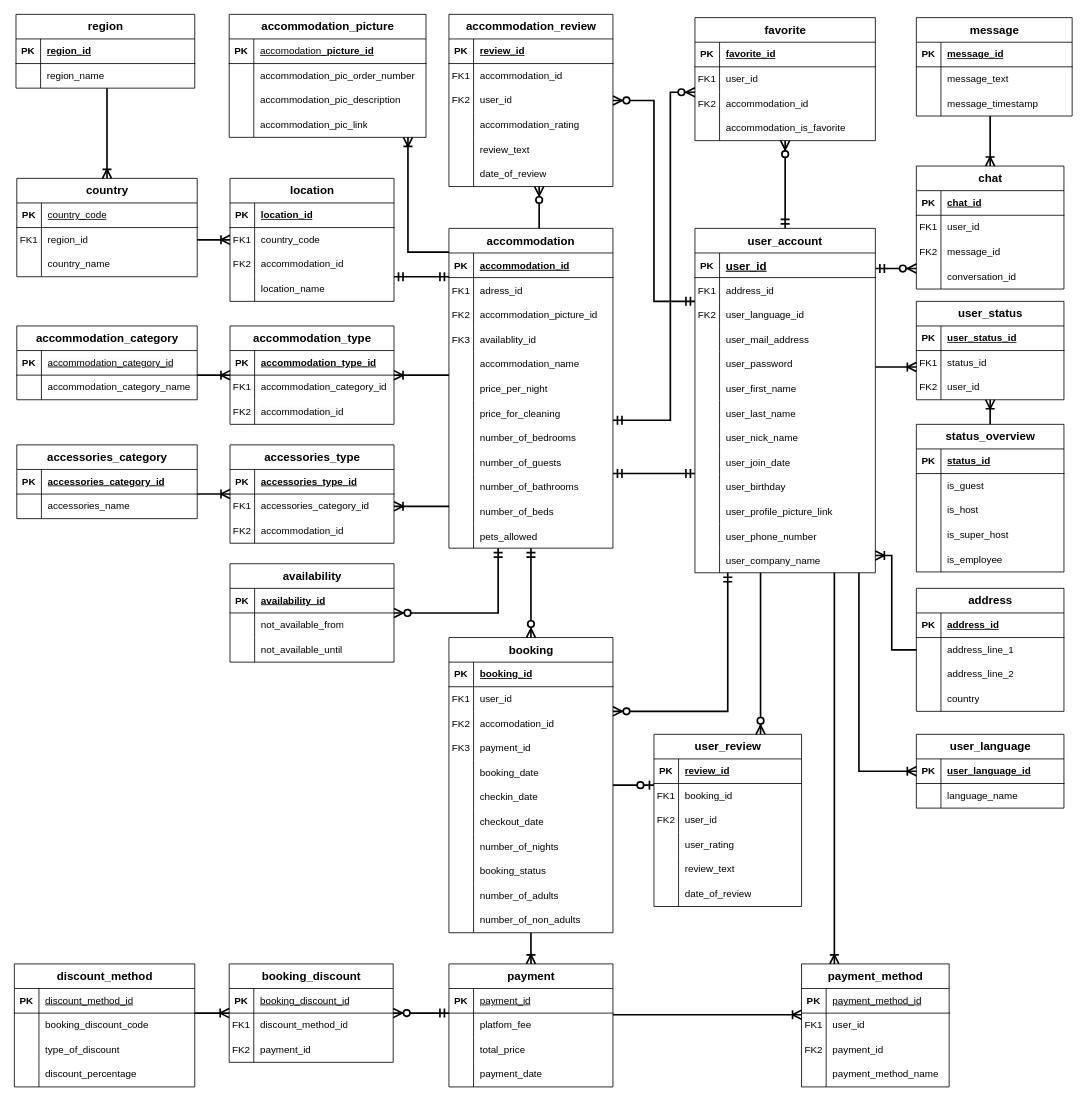
This is Steffbnb.drawio from DaSteff91/SQL_Repo, a draw.io file, before an edit. Source tidied: cells renumbered, new cells numbered last; positions are measured from the earlier drawing's top-left corner, leaving out a move shared by most shapes. Both pictures are drawn from the tidied source at 82%, with x=0, y=0 at pixel (14, 14).
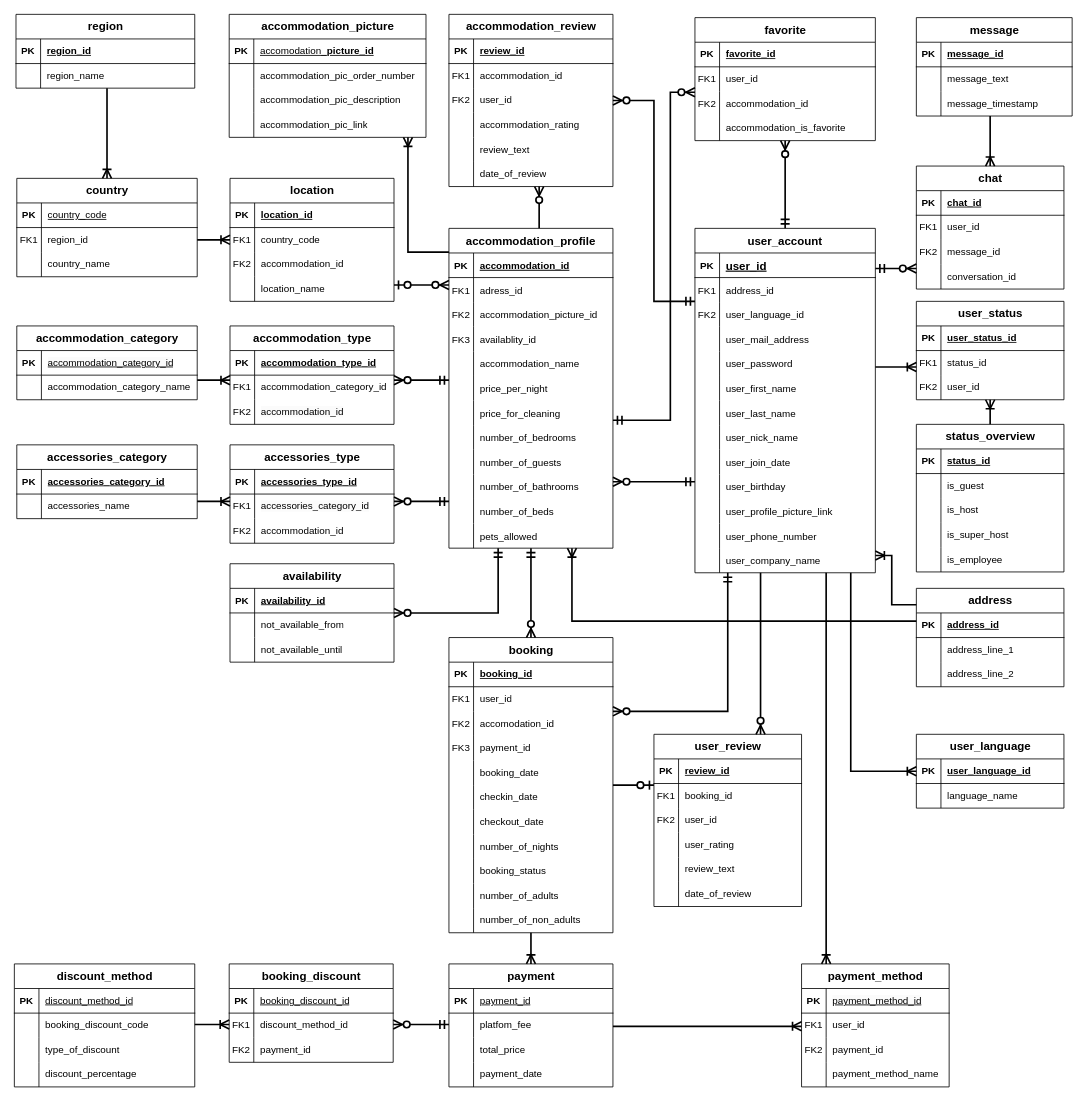
After the change.

Unchanged cells that the change refers to:
```xml
<mxCell id="2" value="user_account" style="shape=table;startSize=30;childLayout=tableLayout;rowLines=0;fontStyle=1;align=center;fontSize=14;resizeLastRow=0;swimlaneHead=1;swimlaneBody=1;horizontal=1;portConstraintRotation=0;noLabel=0;" parent="1" vertex="1">
  <mxGeometry x="830" y="261" width="220" height="420" as="geometry" />
</mxCell>
<mxCell id="126" value="booking_discount" style="shape=table;startSize=30;childLayout=tableLayout;rowLines=0;fontStyle=1;align=center;html=1;fontSize=14;" parent="1" vertex="1">
  <mxGeometry x="262" y="1158" width="200" height="120" as="geometry" />
</mxCell>
<mxCell id="149" value="location" style="shape=table;startSize=30;childLayout=tableLayout;rowLines=0;fontStyle=1;align=center;html=1;fontSize=14;" parent="1" vertex="1">
  <mxGeometry x="263" y="200" width="200" height="150" as="geometry" />
</mxCell>
<mxCell id="172" value="accommodation_category" style="shape=table;startSize=30;childLayout=tableLayout;rowLines=0;fontStyle=1;align=center;html=1;fontSize=14;" parent="1" vertex="1">
  <mxGeometry x="3" y="380" width="220" height="90" as="geometry" />
</mxCell>
<mxCell id="287" value="payment" style="shape=table;startSize=30;childLayout=tableLayout;rowLines=0;fontStyle=1;align=center;html=1;fontSize=14;" parent="1" vertex="1">
  <mxGeometry x="530" y="1158" width="200" height="150" as="geometry" />
</mxCell>
<mxCell id="300" value="discount_method" style="shape=table;startSize=30;childLayout=tableLayout;rowLines=0;fontStyle=1;align=center;html=1;fontSize=14;" parent="1" vertex="1">
  <mxGeometry y="1158" width="220" height="150" as="geometry" />
</mxCell>
<mxCell id="316" value="accessories_category" style="shape=table;startSize=30;childLayout=tableLayout;rowLines=0;fontStyle=1;align=center;html=1;fontSize=14;" parent="1" vertex="1">
  <mxGeometry x="3" y="525" width="220" height="90" as="geometry" />
</mxCell>
<mxCell id="326" value="accessories_type" style="shape=table;startSize=30;childLayout=tableLayout;rowLines=0;fontStyle=1;align=center;html=1;fontSize=14;" parent="1" vertex="1">
  <mxGeometry x="263" y="525" width="200" height="120" as="geometry" />
</mxCell>
<mxCell id="336" value="accommodation_type" style="shape=table;startSize=30;childLayout=tableLayout;rowLines=0;fontStyle=1;align=center;html=1;fontSize=14;" parent="1" vertex="1">
  <mxGeometry x="263" y="380" width="200" height="120" as="geometry" />
</mxCell>
<mxCell id="347" value="payment_method" style="shape=table;startSize=30;childLayout=tableLayout;rowLines=0;fontStyle=1;align=center;html=1;fontSize=14;" parent="1" vertex="1">
  <mxGeometry x="960" y="1158" width="180" height="150" as="geometry" />
</mxCell>
<mxCell id="368" value="user_language" style="shape=table;startSize=30;childLayout=tableLayout;rowLines=0;fontStyle=1;align=center;html=1;fontSize=14;" parent="1" vertex="1">
  <mxGeometry x="1100" y="878" width="180" height="90" as="geometry" />
</mxCell>
```

Diff of the diagram source:
```diff
@@
-    <mxCell id="42" value="accommodation" style="shape=table;startSize=30;childLayout=tableLayout;rowLines=0;fontStyle=1;align=center;fontSize=14;" parent="1" vertex="1">
+    <mxCell id="42" value="accommodation_profile" style="shape=table;startSize=30;childLayout=tableLayout;rowLines=0;fontStyle=1;align=center;fontSize=14;" parent="1" vertex="1">
       <mxGeometry x="530" y="261" width="200" height="390" as="geometry" />
     </mxCell>
@@
     <mxCell id="238" value="address" style="shape=table;startSize=30;childLayout=tableLayout;rowLines=0;fontStyle=1;align=center;html=1;fontSize=14;" parent="1" vertex="1">
-      <mxGeometry x="1100" y="700" width="180" height="150" as="geometry" />
+      <mxGeometry x="1100" y="700" width="180" height="120" as="geometry" />
     </mxCell>
@@
-    <mxCell id="248" style="shape=tableRow;horizontal=0;startSize=0;swimlaneHead=0;swimlaneBody=0;fillColor=none;top=0;left=0;right=0;bottom=0;" parent="238" vertex="1">
-      <mxGeometry y="120" width="180" height="30" as="geometry" />
-    </mxCell>
-    <mxCell id="249" style="shape=partialRectangle;fillColor=none;top=0;left=0;bottom=0;right=0;overflow=hidden;whiteSpace=wrap;html=1;" parent="248" vertex="1">
-      <mxGeometry width="30" height="30" as="geometry" />
-    </mxCell>
-    <mxCell id="250" value="country" style="shape=partialRectangle;fillColor=none;top=0;left=0;bottom=0;right=0;align=left;spacingLeft=6;overflow=hidden;whiteSpace=wrap;html=1;" parent="248" vertex="1">
-      <mxGeometry x="30" width="150" height="30" as="geometry" />
-    </mxCell>
@@
-    <mxCell id="253" style="fontSize=12;html=1;endArrow=ERoneToMany;rounded=0;startSize=8;endSize=8;strokeWidth=2;edgeStyle=orthogonalEdgeStyle;" parent="1" edge="1" source="172" target="336">
+    <mxCell id="253" style="fontSize=12;html=1;endArrow=ERoneToMany;rounded=0;startSize=8;endSize=8;strokeWidth=2;edgeStyle=orthogonalEdgeStyle;" parent="1" edge="1">
       <mxGeometry relative="1" as="geometry">
+        <mxPoint x="223" y="446.1" as="sourcePoint" />
+        <mxPoint x="263" y="446.1" as="targetPoint" />
         <Array as="points">
-          <mxPoint x="230" y="440" />
-          <mxPoint x="230" y="440" />
+          <mxPoint x="230" y="446" />
+          <mxPoint x="230" y="446" />
         </Array>
       </mxGeometry>
     </mxCell>
-    <mxCell id="254" style="fontSize=12;html=1;endArrow=ERoneToMany;rounded=0;startSize=8;endSize=8;strokeWidth=2;edgeStyle=orthogonalEdgeStyle;" parent="1" edge="1" source="42" target="336">
-      <mxGeometry relative="1" as="geometry">
-        <Array as="points">
-          <mxPoint x="510" y="440" />
-          <mxPoint x="510" y="440" />
-        </Array>
-      </mxGeometry>
-    </mxCell>
@@
-    <mxCell id="256" style="edgeStyle=orthogonalEdgeStyle;fontSize=12;html=1;endArrow=ERmandOne;startArrow=ERmandOne;rounded=0;strokeColor=default;strokeWidth=2;align=center;verticalAlign=middle;fontFamily=Helvetica;fontColor=default;labelBackgroundColor=default;startSize=8;endSize=8;" parent="1" edge="1" source="149" target="42">
-      <mxGeometry relative="1" as="geometry">
-        <Array as="points">
-          <mxPoint x="490" y="320" />
-          <mxPoint x="490" y="320" />
-        </Array>
-      </mxGeometry>
-    </mxCell>
@@
-    <mxCell id="314" style="edgeStyle=orthogonalEdgeStyle;fontSize=12;html=1;endArrow=ERoneToMany;rounded=0;startSize=8;endSize=8;strokeWidth=2;" parent="1" edge="1" source="287" target="347">
+    <mxCell id="314" style="edgeStyle=orthogonalEdgeStyle;fontSize=12;html=1;endArrow=ERoneToMany;rounded=0;startSize=8;endSize=8;strokeWidth=2;" parent="1" edge="1">
       <mxGeometry relative="1" as="geometry">
+        <mxPoint x="730" y="1234.1" as="sourcePoint" />
+        <mxPoint x="960" y="1234.1" as="targetPoint" />
         <Array as="points">
-          <mxPoint x="840" y="1220" />
-          <mxPoint x="840" y="1220" />
+          <mxPoint x="840" y="1234" />
+          <mxPoint x="840" y="1234" />
         </Array>
       </mxGeometry>
     </mxCell>
-    <mxCell id="315" style="edgeStyle=orthogonalEdgeStyle;fontSize=12;html=1;endArrow=ERoneToMany;rounded=0;startSize=8;endSize=8;strokeWidth=2;" parent="1" edge="1" source="300" target="126">
+    <mxCell id="315" style="edgeStyle=orthogonalEdgeStyle;fontSize=12;html=1;endArrow=ERoneToMany;rounded=0;startSize=8;endSize=8;strokeWidth=2;" parent="1" edge="1">
       <mxGeometry relative="1" as="geometry">
+        <mxPoint x="220" y="1231.9" as="sourcePoint" />
+        <mxPoint x="262" y="1231.9" as="targetPoint" />
         <Array as="points">
-          <mxPoint x="240" y="1218" />
-          <mxPoint x="240" y="1218" />
+          <mxPoint x="240" y="1232" />
+          <mxPoint x="240" y="1232" />
         </Array>
       </mxGeometry>
     </mxCell>
@@
-    <mxCell id="323" style="fontSize=12;html=1;endArrow=ERoneToMany;rounded=0;startSize=8;endSize=8;strokeWidth=2;edgeStyle=orthogonalEdgeStyle;" parent="1" edge="1" source="316" target="326">
+    <mxCell id="323" style="fontSize=12;html=1;endArrow=ERoneToMany;rounded=0;startSize=8;endSize=8;strokeWidth=2;edgeStyle=orthogonalEdgeStyle;" parent="1" edge="1">
       <mxGeometry relative="1" as="geometry">
+        <mxPoint x="223" y="594" as="sourcePoint" />
+        <mxPoint x="263" y="594" as="targetPoint" />
         <Array as="points">
-          <mxPoint x="230" y="585" />
-          <mxPoint x="230" y="585" />
+          <mxPoint x="230" y="594" />
+          <mxPoint x="230" y="594" />
         </Array>
       </mxGeometry>
     </mxCell>
-    <mxCell id="324" style="fontSize=12;html=1;endArrow=ERoneToMany;rounded=0;startSize=8;endSize=8;strokeWidth=2;edgeStyle=orthogonalEdgeStyle;" parent="1" edge="1" source="42" target="326">
-      <mxGeometry relative="1" as="geometry">
-        <Array as="points">
-          <mxPoint x="480" y="600" />
-          <mxPoint x="480" y="600" />
-        </Array>
-      </mxGeometry>
-    </mxCell>
@@
     <mxCell id="360" style="edgeStyle=orthogonalEdgeStyle;fontSize=12;html=1;endArrow=ERoneToMany;rounded=0;startSize=8;endSize=8;strokeWidth=2;" parent="1" edge="1" source="2" target="347">
       <mxGeometry relative="1" as="geometry">
         <Array as="points">
-          <mxPoint x="1000" y="1000" />
-          <mxPoint x="1000" y="1000" />
+          <mxPoint x="990" y="800" />
+          <mxPoint x="990" y="800" />
         </Array>
       </mxGeometry>
     </mxCell>
@@
     <mxCell id="363" style="edgeStyle=orthogonalEdgeStyle;fontSize=12;html=1;endArrow=ERoneToMany;rounded=0;startSize=8;endSize=8;strokeWidth=2;" parent="1" edge="1" source="238" target="2">
       <mxGeometry relative="1" as="geometry">
         <Array as="points">
-          <mxPoint x="1070" y="775" />
+          <mxPoint x="1070" y="720" />
           <mxPoint x="1070" y="660" />
         </Array>
       </mxGeometry>
     </mxCell>
@@
-    <mxCell id="366" style="edgeStyle=orthogonalEdgeStyle;fontSize=12;html=1;endArrow=ERzeroToMany;startArrow=ERmandOne;rounded=0;strokeColor=default;strokeWidth=2;align=center;verticalAlign=middle;fontFamily=Helvetica;fontColor=default;labelBackgroundColor=default;startSize=8;endSize=8;" parent="1" edge="1" source="287" target="126">
+    <mxCell id="366" style="edgeStyle=orthogonalEdgeStyle;fontSize=12;html=1;endArrow=ERzeroToMany;startArrow=ERmandOne;rounded=0;strokeColor=default;strokeWidth=2;align=center;verticalAlign=middle;fontFamily=Helvetica;fontColor=default;labelBackgroundColor=default;startSize=8;endSize=8;" parent="1" edge="1">
       <mxGeometry relative="1" as="geometry">
+        <mxPoint x="530" y="1231.9" as="sourcePoint" />
+        <mxPoint x="462" y="1231.9" as="targetPoint" />
         <Array as="points">
-          <mxPoint x="520" y="1218" />
-          <mxPoint x="520" y="1218" />
+          <mxPoint x="520" y="1232" />
+          <mxPoint x="520" y="1232" />
         </Array>
       </mxGeometry>
     </mxCell>
-    <mxCell id="367" style="edgeStyle=orthogonalEdgeStyle;fontSize=12;html=1;endArrow=ERmandOne;startArrow=ERmandOne;rounded=0;startSize=8;endSize=8;strokeWidth=2;" parent="1" edge="1" source="42" target="2">
-      <mxGeometry relative="1" as="geometry">
-        <Array as="points">
-          <mxPoint x="800" y="560" />
-          <mxPoint x="800" y="560" />
-        </Array>
-      </mxGeometry>
-    </mxCell>
@@
     <mxCell id="375" style="edgeStyle=orthogonalEdgeStyle;fontSize=12;html=1;endArrow=ERoneToMany;rounded=0;startSize=8;endSize=8;strokeWidth=2;" parent="1" edge="1" source="2" target="368">
       <mxGeometry relative="1" as="geometry">
         <Array as="points">
-          <mxPoint x="1030" y="740" />
-          <mxPoint x="1030" y="740" />
+          <mxPoint x="1020" y="923" />
         </Array>
       </mxGeometry>
     </mxCell>
@@
+    <mxCell id="399" style="fontSize=12;html=1;endArrow=ERoneToMany;rounded=0;startSize=8;endSize=8;strokeWidth=2;edgeStyle=orthogonalEdgeStyle;" parent="1" edge="1" source="238" target="42">
+      <mxGeometry relative="1" as="geometry">
+        <Array as="points">
+          <mxPoint x="680" y="740" />
+        </Array>
+      </mxGeometry>
+    </mxCell>
+    <mxCell id="256" style="edgeStyle=orthogonalEdgeStyle;fontSize=12;html=1;endArrow=ERzeroToMany;startArrow=ERzeroToOne;rounded=0;startSize=8;endSize=8;strokeWidth=2;" parent="1" edge="1" source="149" target="42">
+      <mxGeometry relative="1" as="geometry">
+        <Array as="points">
+          <mxPoint x="520" y="330" />
+          <mxPoint x="520" y="330" />
+        </Array>
+      </mxGeometry>
+    </mxCell>
+    <mxCell id="400" style="edgeStyle=orthogonalEdgeStyle;fontSize=12;html=1;endArrow=ERzeroToMany;startArrow=ERmandOne;rounded=0;strokeColor=default;strokeWidth=2;align=center;verticalAlign=middle;fontFamily=Helvetica;fontColor=default;labelBackgroundColor=default;startSize=8;endSize=8;" parent="1" edge="1">
+      <mxGeometry relative="1" as="geometry">
+        <mxPoint x="530" y="446.1" as="sourcePoint" />
+        <mxPoint x="463" y="446.1" as="targetPoint" />
+        <Array as="points">
+          <mxPoint x="520" y="446" />
+          <mxPoint x="520" y="446" />
+        </Array>
+      </mxGeometry>
+    </mxCell>
+    <mxCell id="401" style="edgeStyle=orthogonalEdgeStyle;fontSize=12;html=1;endArrow=ERzeroToMany;startArrow=ERmandOne;rounded=0;strokeColor=default;strokeWidth=2;align=center;verticalAlign=middle;fontFamily=Helvetica;fontColor=default;labelBackgroundColor=default;startSize=8;endSize=8;" parent="1" edge="1">
+      <mxGeometry relative="1" as="geometry">
+        <mxPoint x="530" y="594" as="sourcePoint" />
+        <mxPoint x="463" y="594" as="targetPoint" />
+        <Array as="points">
+          <mxPoint x="520" y="594" />
+          <mxPoint x="520" y="594" />
+        </Array>
+      </mxGeometry>
+    </mxCell>
+    <mxCell id="402" style="edgeStyle=orthogonalEdgeStyle;fontSize=12;html=1;endArrow=ERzeroToMany;startArrow=ERmandOne;rounded=0;strokeColor=default;strokeWidth=2;align=center;verticalAlign=middle;fontFamily=Helvetica;fontColor=default;labelBackgroundColor=default;startSize=8;endSize=8;" parent="1" edge="1" source="2" target="42">
+      <mxGeometry relative="1" as="geometry">
+        <Array as="points">
+          <mxPoint x="750" y="570" />
+          <mxPoint x="750" y="570" />
+        </Array>
+      </mxGeometry>
+    </mxCell>
```
